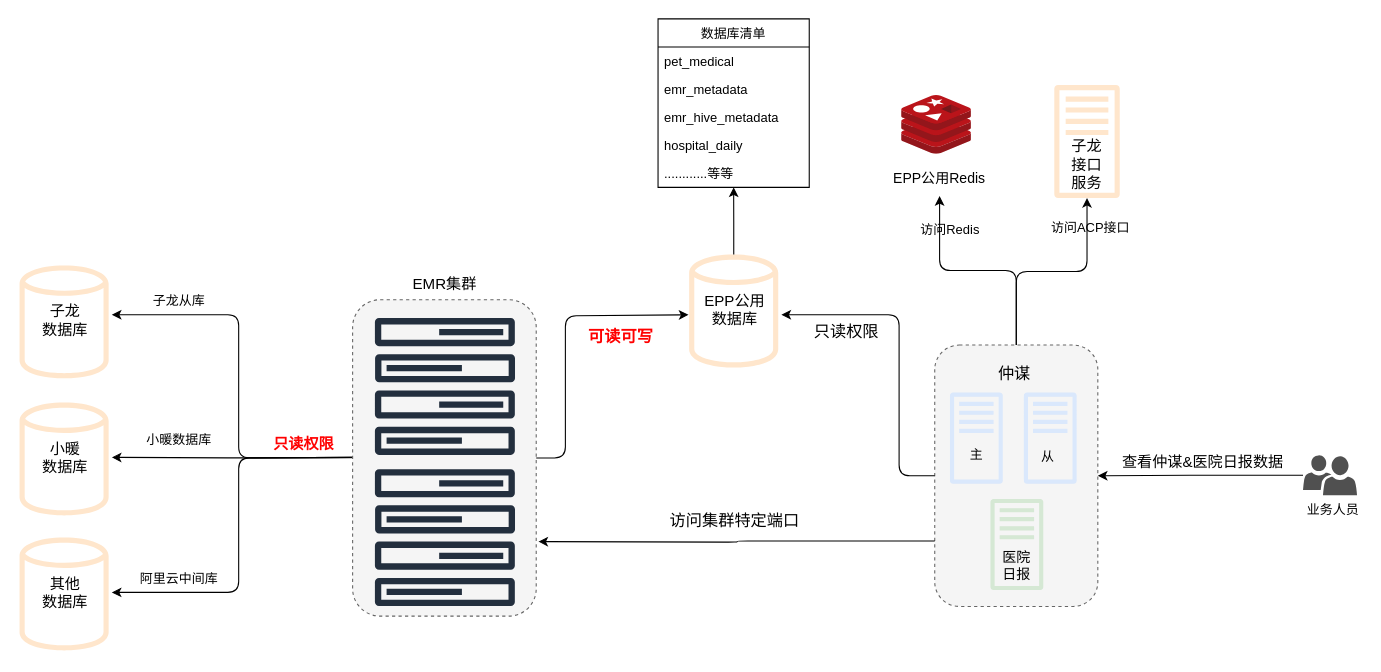
The draw.io diagram pet_data_warehouse/EMR网络图.drawio in fangzheng0518/draw, before the edit. Source tidied: cells renumbered, new cells numbered last; positions are measured from the earlier drawing's top-left corner, leaving out a move shared by most shapes. Both pictures are drawn from the tidied source at 108%, with x=0, y=0 at pixel (18, 18).
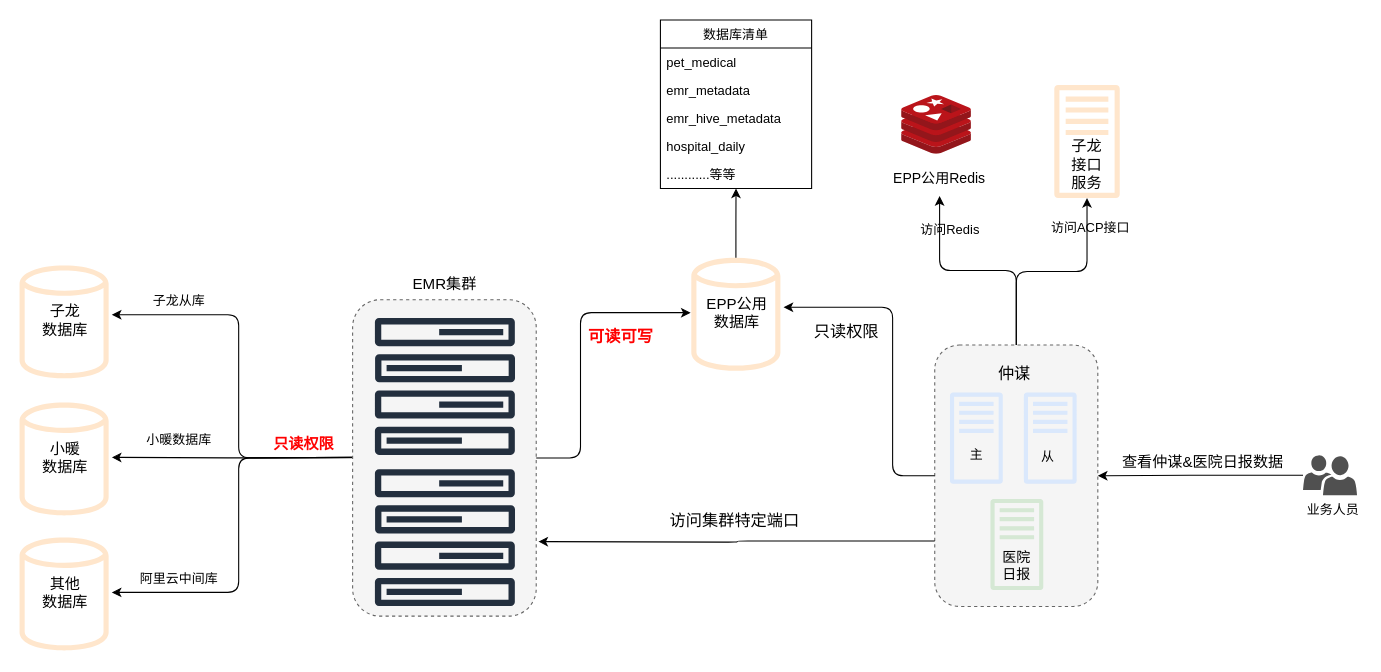
After the change.

Commit message:
更新EMR网络图.drawio

The change refers to these unchanged cells:
```xml
<mxCell id="24" value="&lt;span style=&quot;font-size: 14px&quot;&gt;EPP公用&lt;br&gt;数据库&lt;/span&gt;" style="text;html=1;strokeColor=none;fillColor=none;align=center;verticalAlign=middle;whiteSpace=wrap;rounded=0;dashed=1;" parent="22" vertex="1">
  <mxGeometry y="43" width="86" height="20" as="geometry" />
</mxCell>
<mxCell id="26" style="rounded=1;whiteSpace=wrap;html=1;dashed=1;fillColor=#f5f5f5;strokeColor=#666666;fontColor=#333333;" parent="25" vertex="1">
  <mxGeometry width="151" height="242" as="geometry" />
</mxCell>
<mxCell id="65" style="rounded=1;whiteSpace=wrap;html=1;dashed=1;fillColor=#f5f5f5;strokeColor=#666666;fontColor=#333333;" parent="64" vertex="1">
  <mxGeometry width="170" height="293" as="geometry" />
</mxCell>
```

The edit, as a diff of the source:
```diff
@@
     <mxCell id="21" style="group;" parent="1" vertex="1">
-      <mxGeometry x="620" y="216" width="86" height="109" as="geometry" />
+      <mxGeometry x="622" y="219" width="86" height="109" as="geometry" />
     </mxCell>
@@
     <mxCell id="49" value="数据库清单" style="swimlane;fontStyle=0;horizontal=1;startSize=26;fillColor=none;" parent="1" vertex="1">
-      <mxGeometry x="591.8" width="140" height="156" as="geometry" />
+      <mxGeometry x="594" y="1" width="140" height="156" as="geometry" />
     </mxCell>
@@
-    <mxCell id="68" style="edgeStyle=orthogonalEdgeStyle;rounded=1;jettySize=auto;html=1;entryX=0;entryY=0.75;entryDx=0;entryDy=0;" parent="1" edge="1" source="65" target="24">
+    <mxCell id="68" style="edgeStyle=orthogonalEdgeStyle;rounded=1;jettySize=auto;html=1;entryX=0;entryY=0.5;entryDx=0;entryDy=0;" parent="1" edge="1" source="65" target="24">
       <mxGeometry relative="1" as="geometry">
         <Array as="points">
-          <mxPoint x="506" y="407" />
-          <mxPoint x="506" y="275" />
+          <mxPoint x="520" y="407" />
+          <mxPoint x="520" y="272" />
         </Array>
       </mxGeometry>
     </mxCell>
-    <mxCell id="69" style="edgeStyle=orthogonalEdgeStyle;rounded=1;jettySize=auto;html=1;entryX=1;entryY=0.75;entryDx=0;entryDy=0;" parent="1" edge="1" source="26" target="24">
+    <mxCell id="69" style="edgeStyle=orthogonalEdgeStyle;rounded=1;jettySize=auto;html=1;exitX=0;exitY=0.5;exitDx=0;exitDy=0;entryX=1;entryY=0.25;entryDx=0;entryDy=0;" parent="1" edge="1" source="26" target="24">
       <mxGeometry relative="1" as="geometry">
         <Array as="points">
-          <mxPoint x="815" y="423" />
-          <mxPoint x="815" y="274" />
+          <mxPoint x="809" y="423" />
+          <mxPoint x="809" y="267" />
         </Array>
       </mxGeometry>
     </mxCell>
```
